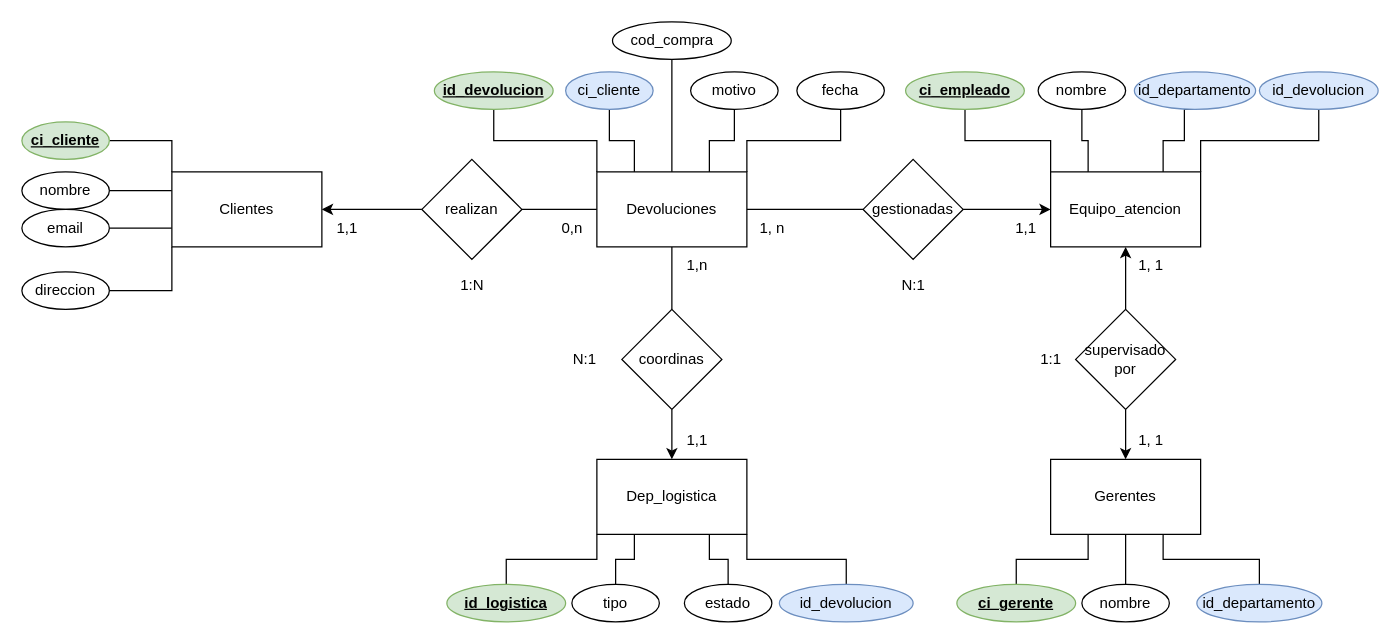
Earlier version of the draw.io diagram page "MER" (2 of 2) of automatizacion - ecommerce.drawio (AlbanyNVRodriguez/draw---diagrams). Source tidied: cells renumbered, new cells numbered last; positions are measured from the earlier drawing's top-left corner, leaving out a move shared by most shapes. Both pictures are drawn from the tidied source at 125%, with x=0, y=0 at pixel (21, 21).
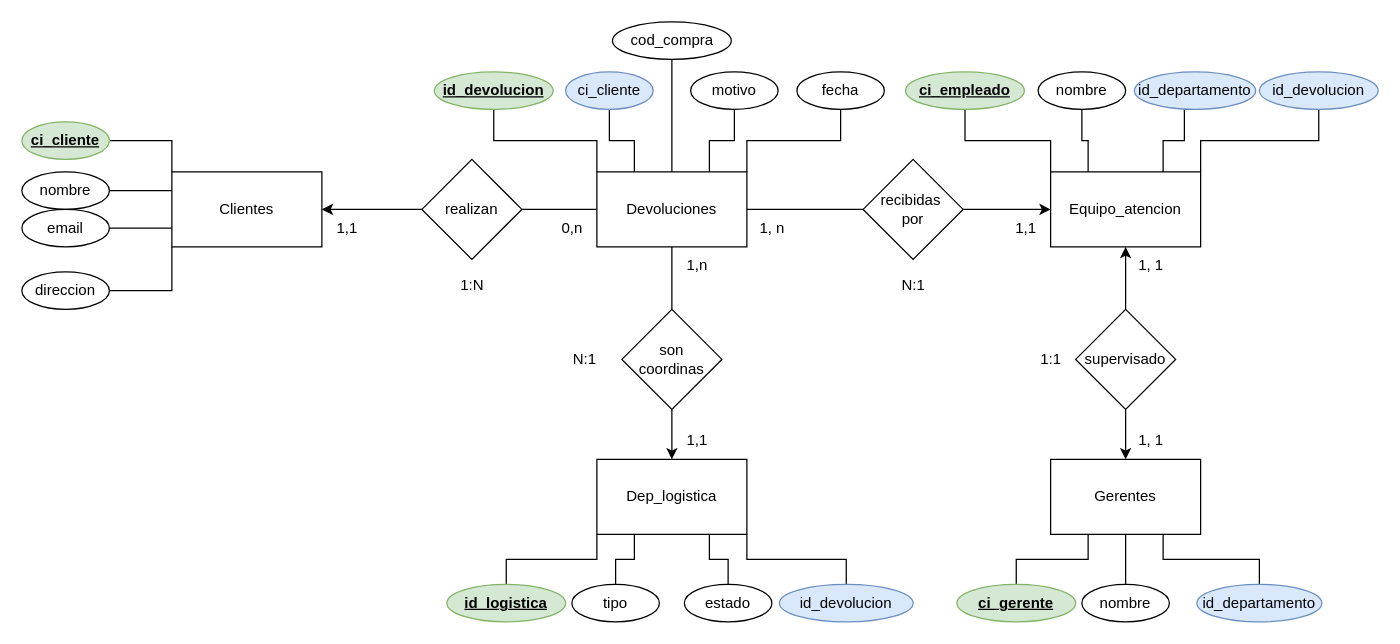
The same page after the edit.

The edit, as a diff of the source:
```diff
@@
-    <mxCell id="25" value="gestionadas" style="rhombus;whiteSpace=wrap;html=1;" parent="1" vertex="1">
+    <mxCell id="25" value="recibidas&amp;nbsp;&lt;div&gt;por&lt;/div&gt;" style="rhombus;whiteSpace=wrap;html=1;" parent="1" vertex="1">
       <mxGeometry x="673" y="110" width="80" height="80" as="geometry" />
     </mxCell>
@@
-    <mxCell id="27" value="&lt;div&gt;coordinas&lt;/div&gt;" style="rhombus;whiteSpace=wrap;html=1;" parent="1" vertex="1">
+    <mxCell id="27" value="&lt;div&gt;son&lt;/div&gt;&lt;div&gt;coordinas&lt;/div&gt;" style="rhombus;whiteSpace=wrap;html=1;" parent="1" vertex="1">
       <mxGeometry x="480" y="230" width="80" height="80" as="geometry" />
     </mxCell>
@@
-    <mxCell id="34" value="supervisado&lt;div&gt;por&lt;/div&gt;" style="rhombus;whiteSpace=wrap;html=1;" parent="1" vertex="1">
+    <mxCell id="34" value="supervisado" style="rhombus;whiteSpace=wrap;html=1;" parent="1" vertex="1">
       <mxGeometry x="843" y="230" width="80" height="80" as="geometry" />
     </mxCell>
```
